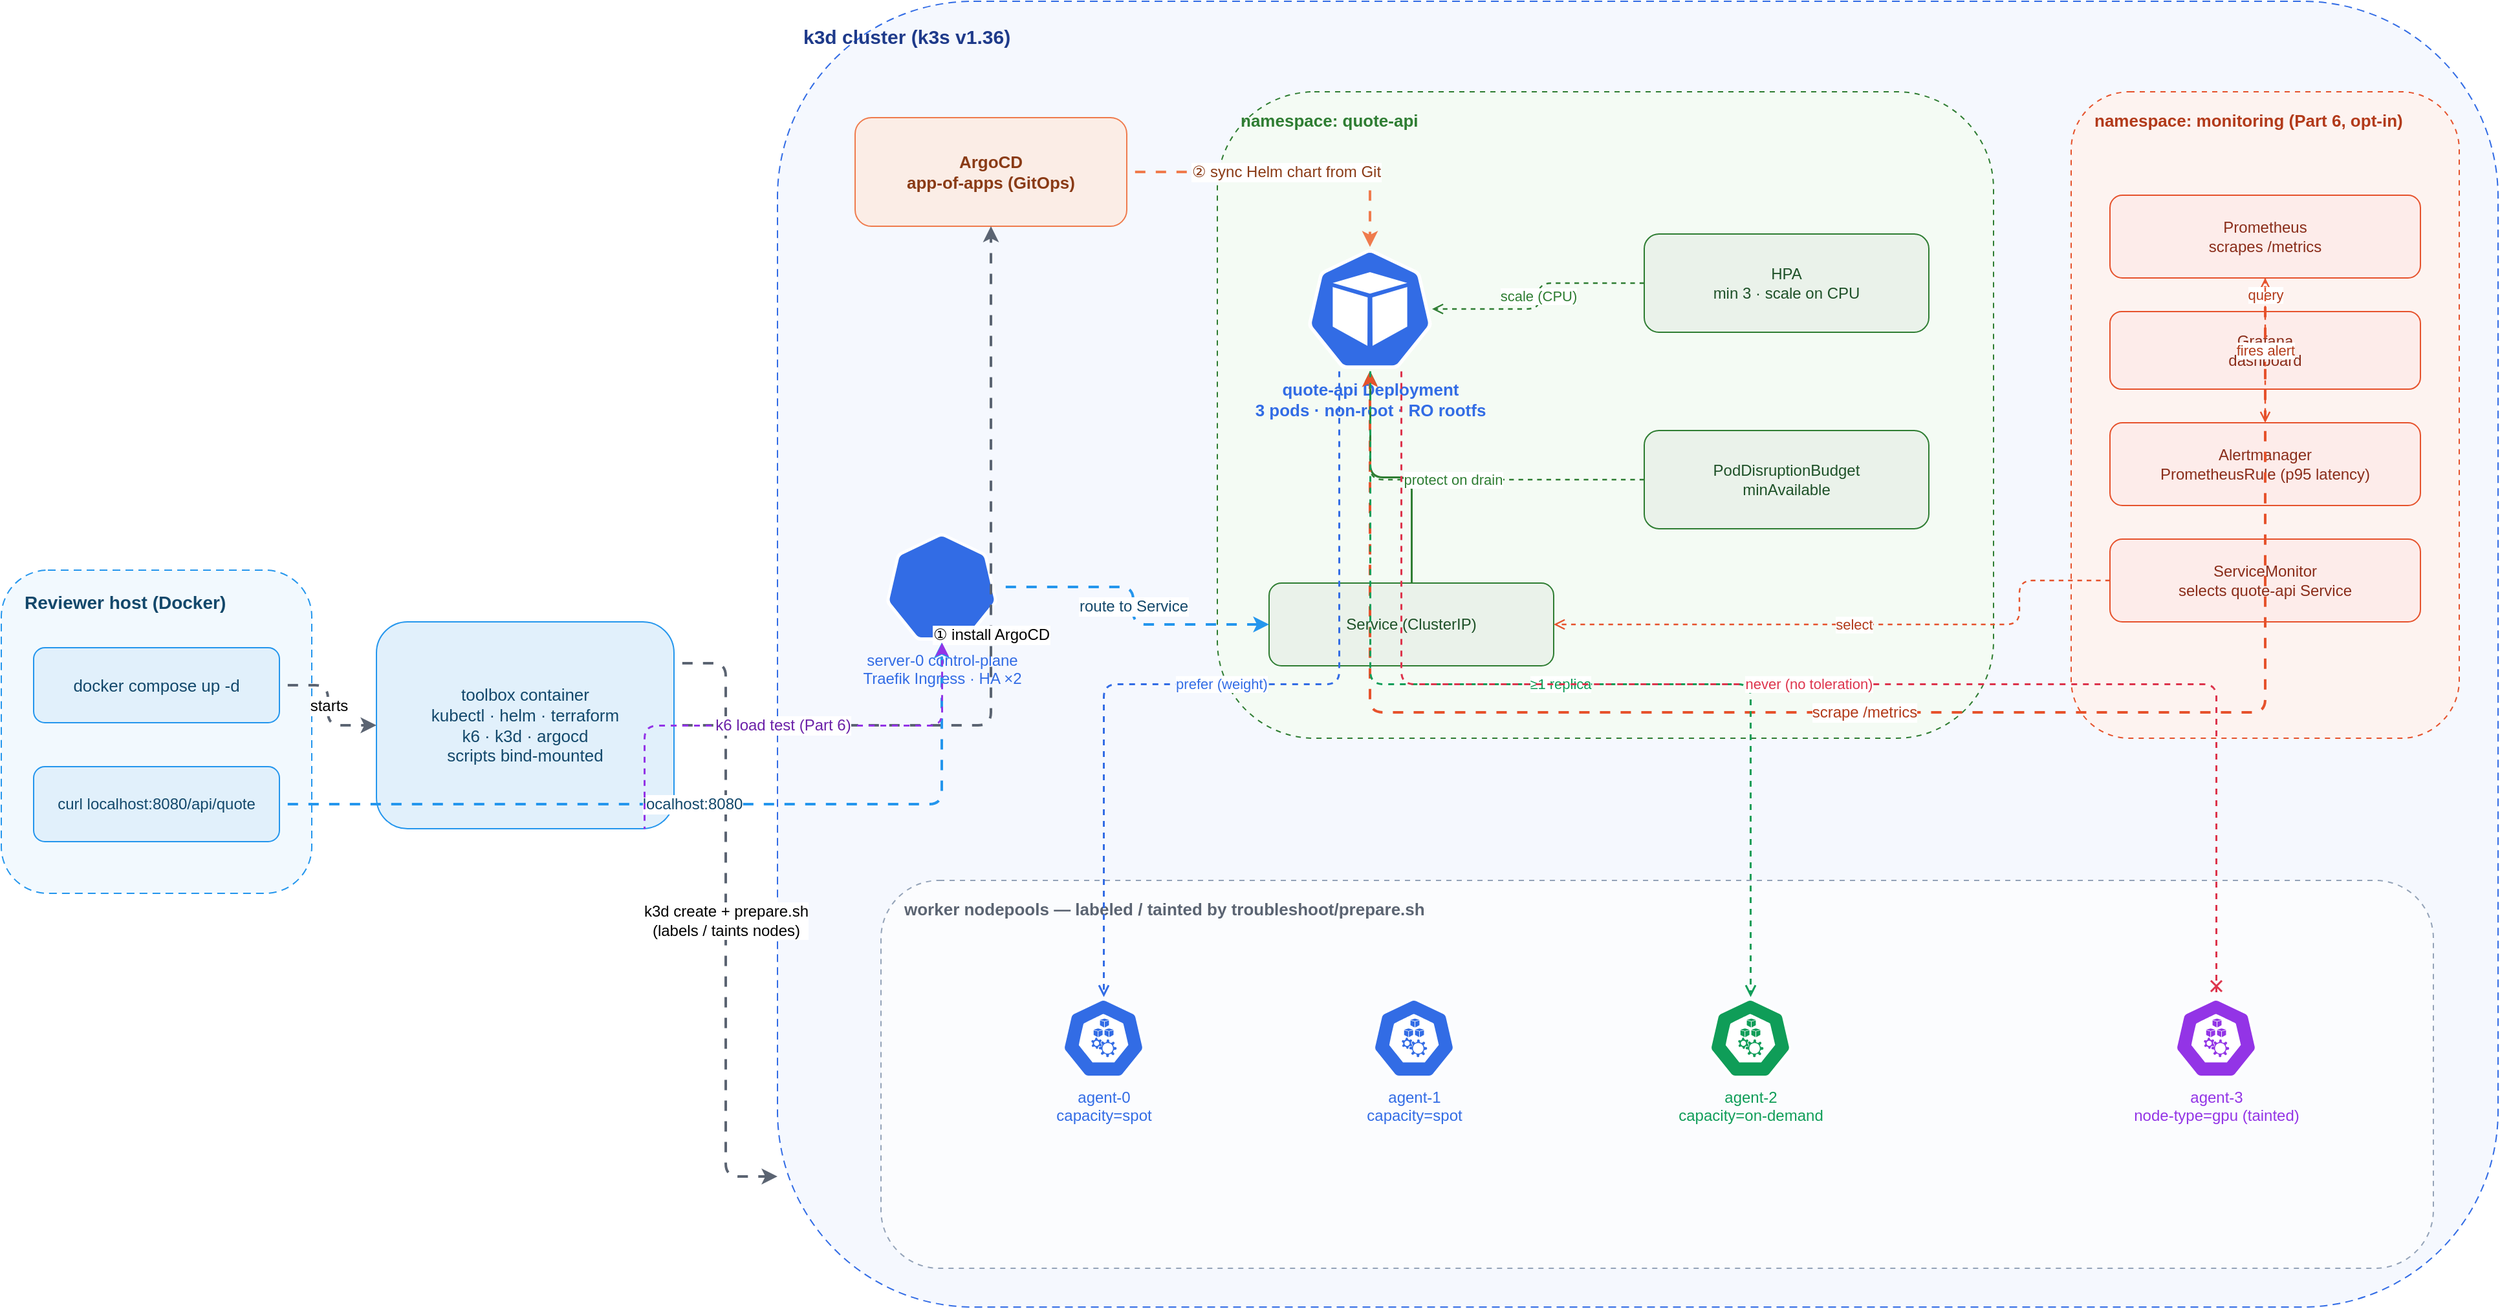
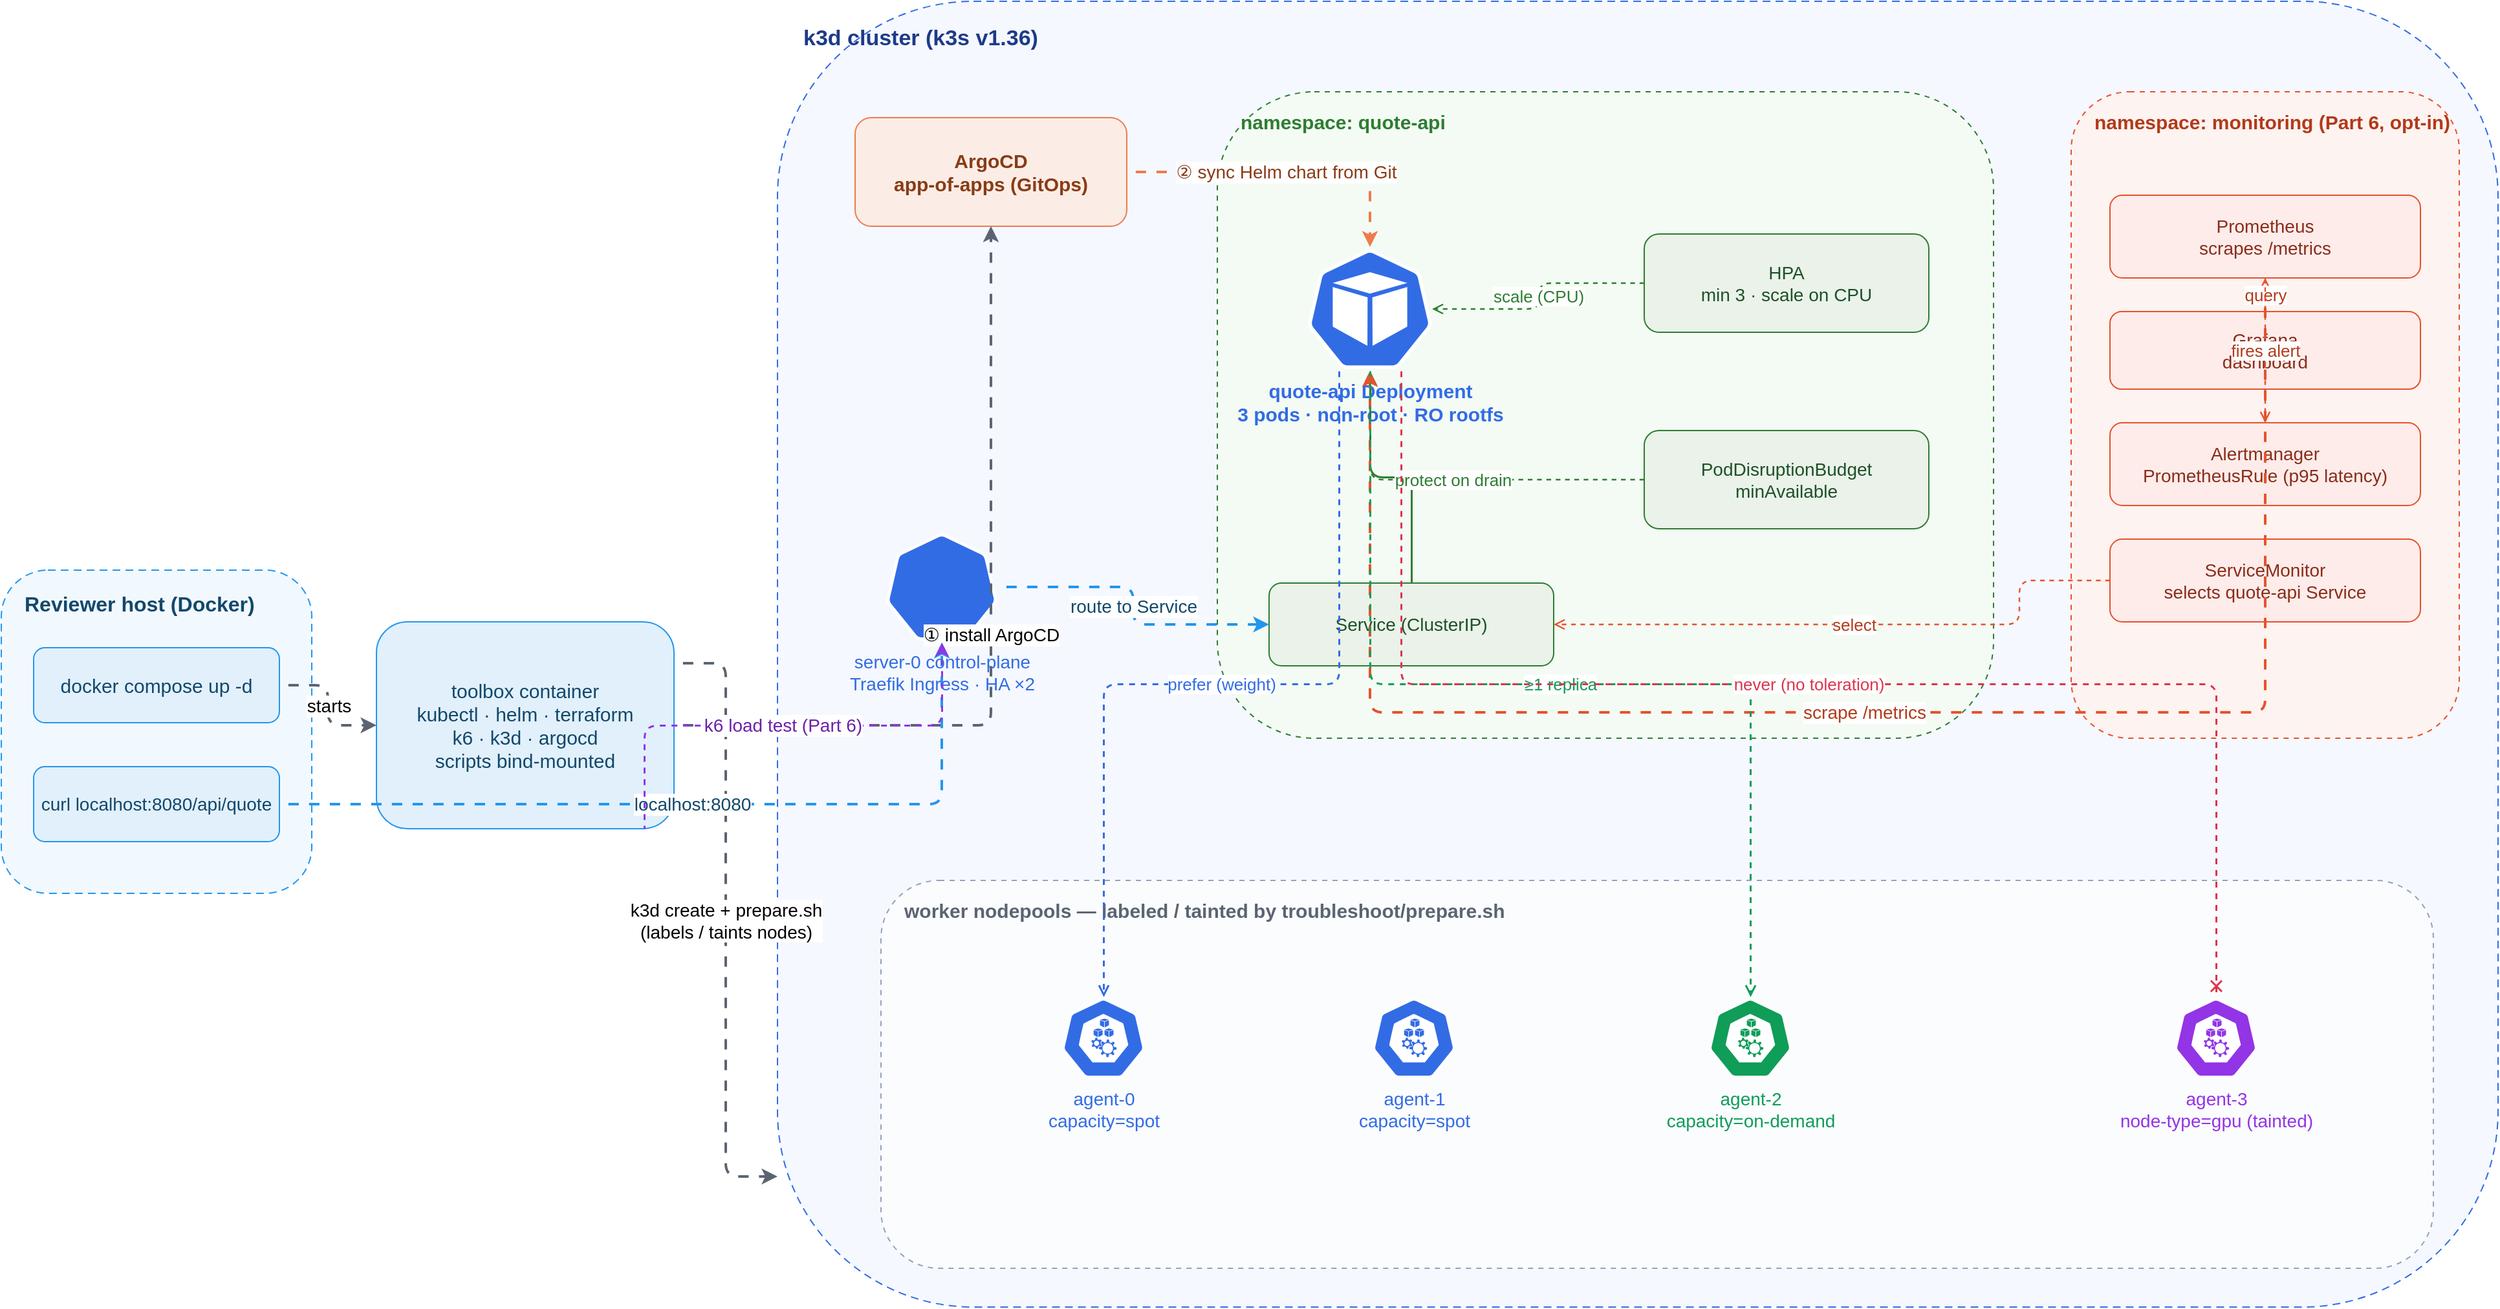
<mxfile host="app.diagrams.net" type="device">
  <diagram name="local-architecture" id="local-arch">
-     <mxGraphModel dx="1800" dy="1120" grid="0" gridSize="10" guides="1" tooltips="1" connect="1" arrows="1" fold="1" page="1" pageScale="1" pageWidth="2000" pageHeight="1120" math="0" shadow="0">
+     <mxGraphModel background="#FFFFFF" dx="1800" dy="1120" grid="0" gridSize="10" guides="1" tooltips="1" connect="1" arrows="1" fold="1" page="1" pageScale="1" pageWidth="2000" pageHeight="1120" math="0" shadow="0">
      <root>
        <mxCell id="0"/>
        <mxCell id="1" parent="0"/>

-         <mxCell id="host" value="Reviewer host (Docker)" style="rounded=1;whiteSpace=wrap;html=1;dashed=1;dashPattern=6 4;strokeColor=#2496ED;fillColor=#F2F9FE;verticalAlign=top;align=left;spacingLeft=16;spacingTop=10;fontSize=14;fontStyle=1;fontColor=#13486B;" vertex="1" parent="1"><mxGeometry x="40" y="500" width="240" height="250" as="geometry"/></mxCell>
-         <mxCell id="cluster" value="k3d cluster   (k3s v1.36)" style="rounded=1;whiteSpace=wrap;html=1;dashed=1;dashPattern=6 4;strokeColor=#326CE5;fillColor=#F5F8FE;verticalAlign=top;align=left;spacingLeft=18;spacingTop=12;fontSize=15;fontStyle=1;fontColor=#1E3A8A;" vertex="1" parent="1"><mxGeometry x="640" y="60" width="1330" height="1010" as="geometry"/></mxCell>
-         <mxCell id="qans" value="namespace: quote-api" style="rounded=1;whiteSpace=wrap;html=1;dashed=1;dashPattern=4 4;strokeColor=#2E7D32;fillColor=#F4FBF4;verticalAlign=top;align=left;spacingLeft=16;spacingTop=8;fontSize=13;fontStyle=1;fontColor=#2E7D32;" vertex="1" parent="1"><mxGeometry x="980" y="130" width="600" height="500" as="geometry"/></mxCell>
-         <mxCell id="monns" value="namespace: monitoring   (Part 6, opt-in)" style="rounded=1;whiteSpace=wrap;html=1;dashed=1;dashPattern=4 4;strokeColor=#E6522C;fillColor=#FDF3F0;verticalAlign=top;align=left;spacingLeft=16;spacingTop=8;fontSize=13;fontStyle=1;fontColor=#B23A1A;" vertex="1" parent="1"><mxGeometry x="1640" y="130" width="300" height="500" as="geometry"/></mxCell>
-         <mxCell id="npgrp" value="worker nodepools   —   labeled / tainted by troubleshoot/prepare.sh" style="rounded=1;whiteSpace=wrap;html=1;dashed=1;dashPattern=4 4;strokeColor=#94A3B8;fillColor=#FBFCFE;verticalAlign=top;align=left;spacingLeft=16;spacingTop=8;fontSize=13;fontStyle=1;fontColor=#5B6472;" vertex="1" parent="1"><mxGeometry x="720" y="740" width="1200" height="300" as="geometry"/></mxCell>
+         <mxCell id="host" value="Reviewer host (Docker)" style="rounded=1;whiteSpace=wrap;html=1;dashed=1;dashPattern=6 4;strokeColor=#2496ED;fillColor=#F2F9FE;verticalAlign=top;align=left;spacingLeft=16;spacingTop=10;fontSize=16;fontStyle=1;fontColor=#13486B;" vertex="1" parent="1"><mxGeometry x="40" y="500" width="240" height="250" as="geometry"/></mxCell>
+         <mxCell id="cluster" value="k3d cluster   (k3s v1.36)" style="rounded=1;whiteSpace=wrap;html=1;dashed=1;dashPattern=6 4;strokeColor=#326CE5;fillColor=#F5F8FE;verticalAlign=top;align=left;spacingLeft=18;spacingTop=12;fontSize=17;fontStyle=1;fontColor=#1E3A8A;" vertex="1" parent="1"><mxGeometry x="640" y="60" width="1330" height="1010" as="geometry"/></mxCell>
+         <mxCell id="qans" value="namespace: quote-api" style="rounded=1;whiteSpace=wrap;html=1;dashed=1;dashPattern=4 4;strokeColor=#2E7D32;fillColor=#F4FBF4;verticalAlign=top;align=left;spacingLeft=16;spacingTop=8;fontSize=15;fontStyle=1;fontColor=#2E7D32;" vertex="1" parent="1"><mxGeometry x="980" y="130" width="600" height="500" as="geometry"/></mxCell>
+         <mxCell id="monns" value="namespace: monitoring   (Part 6, opt-in)" style="rounded=1;whiteSpace=wrap;html=1;dashed=1;dashPattern=4 4;strokeColor=#E6522C;fillColor=#FDF3F0;verticalAlign=top;align=left;spacingLeft=16;spacingTop=8;fontSize=15;fontStyle=1;fontColor=#B23A1A;" vertex="1" parent="1"><mxGeometry x="1640" y="130" width="300" height="500" as="geometry"/></mxCell>
+         <mxCell id="npgrp" value="worker nodepools   —   labeled / tainted by troubleshoot/prepare.sh" style="rounded=1;whiteSpace=wrap;html=1;dashed=1;dashPattern=4 4;strokeColor=#94A3B8;fillColor=#FBFCFE;verticalAlign=top;align=left;spacingLeft=16;spacingTop=8;fontSize=15;fontStyle=1;fontColor=#5B6472;" vertex="1" parent="1"><mxGeometry x="720" y="740" width="1200" height="300" as="geometry"/></mxCell>

-         <mxCell id="compose" value="docker compose up -d" style="rounded=1;whiteSpace=wrap;html=1;fillColor=#E1F0FB;strokeColor=#2496ED;fontColor=#13486B;fontSize=13;" vertex="1" parent="1"><mxGeometry x="65" y="560" width="190" height="58" as="geometry"/></mxCell>
-         <mxCell id="curl" value="curl localhost:8080/api/quote" style="rounded=1;whiteSpace=wrap;html=1;fillColor=#E1F0FB;strokeColor=#2496ED;fontColor=#13486B;fontSize=12;" vertex="1" parent="1"><mxGeometry x="65" y="652" width="190" height="58" as="geometry"/></mxCell>
-         <mxCell id="toolbox" value="toolbox container&#10;kubectl · helm · terraform&#10;k6 · k3d · argocd&#10;scripts bind-mounted" style="rounded=1;whiteSpace=wrap;html=1;fillColor=#E1F0FB;strokeColor=#2496ED;fontColor=#13486B;fontSize=13;" vertex="1" parent="1"><mxGeometry x="330" y="540" width="230" height="160" as="geometry"/></mxCell>
+         <mxCell id="compose" value="docker compose up -d" style="rounded=1;whiteSpace=wrap;html=1;fillColor=#E1F0FB;strokeColor=#2496ED;fontColor=#13486B;fontSize=15;" vertex="1" parent="1"><mxGeometry x="65" y="560" width="190" height="58" as="geometry"/></mxCell>
+         <mxCell id="curl" value="curl localhost:8080/api/quote" style="rounded=1;whiteSpace=wrap;html=1;fillColor=#E1F0FB;strokeColor=#2496ED;fontColor=#13486B;fontSize=14;" vertex="1" parent="1"><mxGeometry x="65" y="652" width="190" height="58" as="geometry"/></mxCell>
+         <mxCell id="toolbox" value="toolbox container&#10;kubectl · helm · terraform&#10;k6 · k3d · argocd&#10;scripts bind-mounted" style="rounded=1;whiteSpace=wrap;html=1;fillColor=#E1F0FB;strokeColor=#2496ED;fontColor=#13486B;fontSize=15;" vertex="1" parent="1"><mxGeometry x="330" y="540" width="230" height="160" as="geometry"/></mxCell>

-         <mxCell id="argocd" value="ArgoCD&#10;app-of-apps (GitOps)" style="rounded=1;whiteSpace=wrap;html=1;fillColor=#FBEDE6;strokeColor=#EF7B4D;fontColor=#8A3B16;fontSize=13;fontStyle=1;" vertex="1" parent="1"><mxGeometry x="700" y="150" width="210" height="84" as="geometry"/></mxCell>
-         <mxCell id="ingress" value="server-0 control-plane&#10;Traefik Ingress · HA ×2" style="sketch=0;outlineConnect=0;fontColor=#326CE5;gradientColor=none;fillColor=#326CE5;strokeColor=none;dashed=0;verticalLabelPosition=bottom;verticalAlign=top;align=center;html=1;fontSize=12;fontStyle=0;aspect=fixed;shape=mxgraph.kubernetes.icon;prIcon=control_plane;" vertex="1" parent="1"><mxGeometry x="724" y="470" width="86" height="86" as="geometry"/></mxCell>
+         <mxCell id="argocd" value="ArgoCD&#10;app-of-apps (GitOps)" style="rounded=1;whiteSpace=wrap;html=1;fillColor=#FBEDE6;strokeColor=#EF7B4D;fontColor=#8A3B16;fontSize=15;fontStyle=1;" vertex="1" parent="1"><mxGeometry x="700" y="150" width="210" height="84" as="geometry"/></mxCell>
+         <mxCell id="ingress" value="server-0 control-plane&#10;Traefik Ingress · HA ×2" style="sketch=0;outlineConnect=0;fontColor=#326CE5;gradientColor=none;fillColor=#326CE5;strokeColor=none;dashed=0;verticalLabelPosition=bottom;verticalAlign=top;align=center;html=1;fontSize=14;fontStyle=0;aspect=fixed;shape=mxgraph.kubernetes.icon;prIcon=control_plane;" vertex="1" parent="1"><mxGeometry x="724" y="470" width="86" height="86" as="geometry"/></mxCell>

-         <mxCell id="deploy" value="quote-api Deployment&#10;3 pods · non-root · RO rootfs" style="sketch=0;outlineConnect=0;fontColor=#326CE5;gradientColor=none;fillColor=#326CE5;strokeColor=none;dashed=0;verticalLabelPosition=bottom;verticalAlign=top;align=center;html=1;fontSize=13;fontStyle=1;aspect=fixed;shape=mxgraph.kubernetes.icon;prIcon=pod;" vertex="1" parent="1"><mxGeometry x="1050" y="250" width="96" height="96" as="geometry"/></mxCell>
-         <mxCell id="hpa" value="HPA&#10;min 3 · scale on CPU" style="rounded=1;whiteSpace=wrap;html=1;fillColor=#EAF2EA;strokeColor=#2E7D32;fontColor=#1E5128;fontSize=12;" vertex="1" parent="1"><mxGeometry x="1310" y="240" width="220" height="76" as="geometry"/></mxCell>
-         <mxCell id="pdb" value="PodDisruptionBudget&#10;minAvailable" style="rounded=1;whiteSpace=wrap;html=1;fillColor=#EAF2EA;strokeColor=#2E7D32;fontColor=#1E5128;fontSize=12;" vertex="1" parent="1"><mxGeometry x="1310" y="392" width="220" height="76" as="geometry"/></mxCell>
-         <mxCell id="svc" value="Service (ClusterIP)" style="rounded=1;whiteSpace=wrap;html=1;fillColor=#EAF2EA;strokeColor=#2E7D32;fontColor=#1E5128;fontSize=12;" vertex="1" parent="1"><mxGeometry x="1020" y="510" width="220" height="64" as="geometry"/></mxCell>
+         <mxCell id="deploy" value="quote-api Deployment&#10;3 pods · non-root · RO rootfs" style="sketch=0;outlineConnect=0;fontColor=#326CE5;gradientColor=none;fillColor=#326CE5;strokeColor=none;dashed=0;verticalLabelPosition=bottom;verticalAlign=top;align=center;html=1;fontSize=15;fontStyle=1;aspect=fixed;shape=mxgraph.kubernetes.icon;prIcon=pod;" vertex="1" parent="1"><mxGeometry x="1050" y="250" width="96" height="96" as="geometry"/></mxCell>
+         <mxCell id="hpa" value="HPA&#10;min 3 · scale on CPU" style="rounded=1;whiteSpace=wrap;html=1;fillColor=#EAF2EA;strokeColor=#2E7D32;fontColor=#1E5128;fontSize=14;" vertex="1" parent="1"><mxGeometry x="1310" y="240" width="220" height="76" as="geometry"/></mxCell>
+         <mxCell id="pdb" value="PodDisruptionBudget&#10;minAvailable" style="rounded=1;whiteSpace=wrap;html=1;fillColor=#EAF2EA;strokeColor=#2E7D32;fontColor=#1E5128;fontSize=14;" vertex="1" parent="1"><mxGeometry x="1310" y="392" width="220" height="76" as="geometry"/></mxCell>
+         <mxCell id="svc" value="Service (ClusterIP)" style="rounded=1;whiteSpace=wrap;html=1;fillColor=#EAF2EA;strokeColor=#2E7D32;fontColor=#1E5128;fontSize=14;" vertex="1" parent="1"><mxGeometry x="1020" y="510" width="220" height="64" as="geometry"/></mxCell>

-         <mxCell id="prom" value="Prometheus&#10;scrapes /metrics" style="rounded=1;whiteSpace=wrap;html=1;fillColor=#FDECEA;strokeColor=#E6522C;fontColor=#8A2D1A;fontSize=12;" vertex="1" parent="1"><mxGeometry x="1670" y="210" width="240" height="64" as="geometry"/></mxCell>
-         <mxCell id="graf" value="Grafana&#10;dashboard" style="rounded=1;whiteSpace=wrap;html=1;fillColor=#FDECEA;strokeColor=#E6522C;fontColor=#8A2D1A;fontSize=12;" vertex="1" parent="1"><mxGeometry x="1670" y="300" width="240" height="60" as="geometry"/></mxCell>
-         <mxCell id="alert" value="Alertmanager&#10;PrometheusRule (p95 latency)" style="rounded=1;whiteSpace=wrap;html=1;fillColor=#FDECEA;strokeColor=#E6522C;fontColor=#8A2D1A;fontSize=12;" vertex="1" parent="1"><mxGeometry x="1670" y="386" width="240" height="64" as="geometry"/></mxCell>
-         <mxCell id="smon" value="ServiceMonitor&#10;selects quote-api Service" style="rounded=1;whiteSpace=wrap;html=1;fillColor=#FDECEA;strokeColor=#E6522C;fontColor=#8A2D1A;fontSize=12;" vertex="1" parent="1"><mxGeometry x="1670" y="476" width="240" height="64" as="geometry"/></mxCell>
+         <mxCell id="prom" value="Prometheus&#10;scrapes /metrics" style="rounded=1;whiteSpace=wrap;html=1;fillColor=#FDECEA;strokeColor=#E6522C;fontColor=#8A2D1A;fontSize=14;" vertex="1" parent="1"><mxGeometry x="1670" y="210" width="240" height="64" as="geometry"/></mxCell>
+         <mxCell id="graf" value="Grafana&#10;dashboard" style="rounded=1;whiteSpace=wrap;html=1;fillColor=#FDECEA;strokeColor=#E6522C;fontColor=#8A2D1A;fontSize=14;" vertex="1" parent="1"><mxGeometry x="1670" y="300" width="240" height="60" as="geometry"/></mxCell>
+         <mxCell id="alert" value="Alertmanager&#10;PrometheusRule (p95 latency)" style="rounded=1;whiteSpace=wrap;html=1;fillColor=#FDECEA;strokeColor=#E6522C;fontColor=#8A2D1A;fontSize=14;" vertex="1" parent="1"><mxGeometry x="1670" y="386" width="240" height="64" as="geometry"/></mxCell>
+         <mxCell id="smon" value="ServiceMonitor&#10;selects quote-api Service" style="rounded=1;whiteSpace=wrap;html=1;fillColor=#FDECEA;strokeColor=#E6522C;fontColor=#8A2D1A;fontSize=14;" vertex="1" parent="1"><mxGeometry x="1670" y="476" width="240" height="64" as="geometry"/></mxCell>

-         <mxCell id="agent0" value="agent-0&#10;capacity=spot" style="sketch=0;outlineConnect=0;fontColor=#326CE5;gradientColor=none;fillColor=#326CE5;strokeColor=none;dashed=0;verticalLabelPosition=bottom;verticalAlign=top;align=center;html=1;fontSize=12;fontStyle=0;aspect=fixed;shape=mxgraph.kubernetes.icon;prIcon=node;" vertex="1" parent="1"><mxGeometry x="860" y="830" width="64" height="64" as="geometry"/></mxCell>
-         <mxCell id="agent1" value="agent-1&#10;capacity=spot" style="sketch=0;outlineConnect=0;fontColor=#326CE5;gradientColor=none;fillColor=#326CE5;strokeColor=none;dashed=0;verticalLabelPosition=bottom;verticalAlign=top;align=center;html=1;fontSize=12;fontStyle=0;aspect=fixed;shape=mxgraph.kubernetes.icon;prIcon=node;" vertex="1" parent="1"><mxGeometry x="1100" y="830" width="64" height="64" as="geometry"/></mxCell>
-         <mxCell id="agent2" value="agent-2&#10;capacity=on-demand" style="sketch=0;outlineConnect=0;fontColor=#0F9D58;gradientColor=none;fillColor=#0F9D58;strokeColor=none;dashed=0;verticalLabelPosition=bottom;verticalAlign=top;align=center;html=1;fontSize=12;fontStyle=0;aspect=fixed;shape=mxgraph.kubernetes.icon;prIcon=node;" vertex="1" parent="1"><mxGeometry x="1360" y="830" width="64" height="64" as="geometry"/></mxCell>
-         <mxCell id="agent3" value="agent-3&#10;node-type=gpu (tainted)" style="sketch=0;outlineConnect=0;fontColor=#9334E6;gradientColor=none;fillColor=#9334E6;strokeColor=none;dashed=0;verticalLabelPosition=bottom;verticalAlign=top;align=center;html=1;fontSize=12;fontStyle=0;aspect=fixed;shape=mxgraph.kubernetes.icon;prIcon=node;" vertex="1" parent="1"><mxGeometry x="1720" y="830" width="64" height="64" as="geometry"/></mxCell>
+         <mxCell id="agent0" value="agent-0&#10;capacity=spot" style="sketch=0;outlineConnect=0;fontColor=#326CE5;gradientColor=none;fillColor=#326CE5;strokeColor=none;dashed=0;verticalLabelPosition=bottom;verticalAlign=top;align=center;html=1;fontSize=14;fontStyle=0;aspect=fixed;shape=mxgraph.kubernetes.icon;prIcon=node;" vertex="1" parent="1"><mxGeometry x="860" y="830" width="64" height="64" as="geometry"/></mxCell>
+         <mxCell id="agent1" value="agent-1&#10;capacity=spot" style="sketch=0;outlineConnect=0;fontColor=#326CE5;gradientColor=none;fillColor=#326CE5;strokeColor=none;dashed=0;verticalLabelPosition=bottom;verticalAlign=top;align=center;html=1;fontSize=14;fontStyle=0;aspect=fixed;shape=mxgraph.kubernetes.icon;prIcon=node;" vertex="1" parent="1"><mxGeometry x="1100" y="830" width="64" height="64" as="geometry"/></mxCell>
+         <mxCell id="agent2" value="agent-2&#10;capacity=on-demand" style="sketch=0;outlineConnect=0;fontColor=#0F9D58;gradientColor=none;fillColor=#0F9D58;strokeColor=none;dashed=0;verticalLabelPosition=bottom;verticalAlign=top;align=center;html=1;fontSize=14;fontStyle=0;aspect=fixed;shape=mxgraph.kubernetes.icon;prIcon=node;" vertex="1" parent="1"><mxGeometry x="1360" y="830" width="64" height="64" as="geometry"/></mxCell>
+         <mxCell id="agent3" value="agent-3&#10;node-type=gpu (tainted)" style="sketch=0;outlineConnect=0;fontColor=#9334E6;gradientColor=none;fillColor=#9334E6;strokeColor=none;dashed=0;verticalLabelPosition=bottom;verticalAlign=top;align=center;html=1;fontSize=14;fontStyle=0;aspect=fixed;shape=mxgraph.kubernetes.icon;prIcon=node;" vertex="1" parent="1"><mxGeometry x="1720" y="830" width="64" height="64" as="geometry"/></mxCell>

-         <mxCell id="e1" value="starts" style="edgeStyle=orthogonalEdgeStyle;labelBackgroundColor=#FFFFFF;rounded=1;html=1;flowAnimation=1;strokeColor=#5B6472;strokeWidth=2;endArrow=classic;endFill=1;fontSize=12;" edge="1" parent="1" source="compose" target="toolbox"><mxGeometry relative="1" as="geometry"/></mxCell>
-         <mxCell id="e2" value="k3d create + prepare.sh&#10;(labels / taints nodes)" style="edgeStyle=orthogonalEdgeStyle;labelBackgroundColor=#FFFFFF;rounded=1;html=1;flowAnimation=1;strokeColor=#5B6472;strokeWidth=2;endArrow=classic;endFill=1;fontSize=12;exitX=1;exitY=0.2;exitDx=0;exitDy=0;entryX=0;entryY=0.9;entryDx=0;entryDy=0;" edge="1" parent="1" source="toolbox" target="cluster"><mxGeometry relative="1" as="geometry"/></mxCell>
-         <mxCell id="e3" value="① install ArgoCD" style="edgeStyle=orthogonalEdgeStyle;labelBackgroundColor=#FFFFFF;rounded=1;html=1;flowAnimation=1;strokeColor=#5B6472;strokeWidth=2;endArrow=classic;endFill=1;fontSize=12;" edge="1" parent="1" source="toolbox" target="argocd"><mxGeometry relative="1" as="geometry"/></mxCell>
-         <mxCell id="e4" value="② sync Helm chart from Git" style="edgeStyle=orthogonalEdgeStyle;labelBackgroundColor=#FFFFFF;rounded=1;html=1;flowAnimation=1;strokeColor=#EF7B4D;strokeWidth=2;endArrow=classic;endFill=1;fontSize=12;fontColor=#8A3B16;" edge="1" parent="1" source="argocd" target="deploy"><mxGeometry relative="1" as="geometry"/></mxCell>
-         <mxCell id="e5" value="localhost:8080" style="edgeStyle=orthogonalEdgeStyle;labelBackgroundColor=#FFFFFF;rounded=1;html=1;flowAnimation=1;strokeColor=#2496ED;strokeWidth=2;endArrow=classic;endFill=1;fontSize=12;fontColor=#13486B;" edge="1" parent="1" source="curl" target="ingress"><mxGeometry relative="1" as="geometry"/></mxCell>
-         <mxCell id="ek6" value="k6 load test (Part 6)" style="edgeStyle=orthogonalEdgeStyle;labelBackgroundColor=#FFFFFF;rounded=1;html=1;dashed=1;flowAnimation=1;strokeColor=#9334E6;strokeWidth=1.5;endArrow=classic;endFill=1;fontSize=12;fontColor=#6B21A8;exitX=0.9;exitY=1;exitDx=0;exitDy=0;entryX=0.5;entryY=1;entryDx=0;entryDy=0;" edge="1" parent="1" source="toolbox" target="ingress"><mxGeometry relative="1" as="geometry"><Array as="points"><mxPoint x="537" y="620"/><mxPoint x="767" y="620"/></Array></mxGeometry></mxCell>
-         <mxCell id="e6" value="route to Service" style="edgeStyle=orthogonalEdgeStyle;labelBackgroundColor=#FFFFFF;rounded=1;html=1;flowAnimation=1;strokeColor=#2496ED;strokeWidth=2;endArrow=classic;endFill=1;fontSize=12;fontColor=#13486B;" edge="1" parent="1" source="ingress" target="svc"><mxGeometry relative="1" as="geometry"/></mxCell>
+         <mxCell id="e1" value="starts" style="edgeStyle=orthogonalEdgeStyle;labelBackgroundColor=#FFFFFF;rounded=1;html=1;flowAnimation=1;strokeColor=#5B6472;strokeWidth=2;endArrow=classic;endFill=1;fontSize=14;" edge="1" parent="1" source="compose" target="toolbox"><mxGeometry relative="1" as="geometry"/></mxCell>
+         <mxCell id="e2" value="k3d create + prepare.sh&#10;(labels / taints nodes)" style="edgeStyle=orthogonalEdgeStyle;labelBackgroundColor=#FFFFFF;rounded=1;html=1;flowAnimation=1;strokeColor=#5B6472;strokeWidth=2;endArrow=classic;endFill=1;fontSize=14;exitX=1;exitY=0.2;exitDx=0;exitDy=0;entryX=0;entryY=0.9;entryDx=0;entryDy=0;" edge="1" parent="1" source="toolbox" target="cluster"><mxGeometry relative="1" as="geometry"/></mxCell>
+         <mxCell id="e3" value="① install ArgoCD" style="edgeStyle=orthogonalEdgeStyle;labelBackgroundColor=#FFFFFF;rounded=1;html=1;flowAnimation=1;strokeColor=#5B6472;strokeWidth=2;endArrow=classic;endFill=1;fontSize=14;" edge="1" parent="1" source="toolbox" target="argocd"><mxGeometry relative="1" as="geometry"/></mxCell>
+         <mxCell id="e4" value="② sync Helm chart from Git" style="edgeStyle=orthogonalEdgeStyle;labelBackgroundColor=#FFFFFF;rounded=1;html=1;flowAnimation=1;strokeColor=#EF7B4D;strokeWidth=2;endArrow=classic;endFill=1;fontSize=14;fontColor=#8A3B16;" edge="1" parent="1" source="argocd" target="deploy"><mxGeometry relative="1" as="geometry"/></mxCell>
+         <mxCell id="e5" value="localhost:8080" style="edgeStyle=orthogonalEdgeStyle;labelBackgroundColor=#FFFFFF;rounded=1;html=1;flowAnimation=1;strokeColor=#2496ED;strokeWidth=2;endArrow=classic;endFill=1;fontSize=14;fontColor=#13486B;" edge="1" parent="1" source="curl" target="ingress"><mxGeometry relative="1" as="geometry"/></mxCell>
+         <mxCell id="ek6" value="k6 load test (Part 6)" style="edgeStyle=orthogonalEdgeStyle;labelBackgroundColor=#FFFFFF;rounded=1;html=1;dashed=1;flowAnimation=1;strokeColor=#9334E6;strokeWidth=1.5;endArrow=classic;endFill=1;fontSize=14;fontColor=#6B21A8;exitX=0.9;exitY=1;exitDx=0;exitDy=0;entryX=0.5;entryY=1;entryDx=0;entryDy=0;" edge="1" parent="1" source="toolbox" target="ingress"><mxGeometry relative="1" as="geometry"><Array as="points"><mxPoint x="537" y="620"/><mxPoint x="767" y="620"/></Array></mxGeometry></mxCell>
+         <mxCell id="e6" value="route to Service" style="edgeStyle=orthogonalEdgeStyle;labelBackgroundColor=#FFFFFF;rounded=1;html=1;flowAnimation=1;strokeColor=#2496ED;strokeWidth=2;endArrow=classic;endFill=1;fontSize=14;fontColor=#13486B;" edge="1" parent="1" source="ingress" target="svc"><mxGeometry relative="1" as="geometry"/></mxCell>
        <mxCell id="e7" style="edgeStyle=orthogonalEdgeStyle;labelBackgroundColor=#FFFFFF;rounded=1;html=1;strokeColor=#2E7D32;strokeWidth=1.5;endArrow=classic;endFill=1;" edge="1" parent="1" source="svc" target="deploy"><mxGeometry relative="1" as="geometry"/></mxCell>
-         <mxCell id="eh" value="scale (CPU)" style="edgeStyle=orthogonalEdgeStyle;labelBackgroundColor=#FFFFFF;rounded=1;html=1;dashed=1;strokeColor=#2E7D32;strokeWidth=1.2;endArrow=open;fontSize=11;fontColor=#2E7D32;" edge="1" parent="1" source="hpa" target="deploy"><mxGeometry relative="1" as="geometry"/></mxCell>
-         <mxCell id="ep" value="protect on drain" style="edgeStyle=orthogonalEdgeStyle;labelBackgroundColor=#FFFFFF;rounded=1;html=1;dashed=1;strokeColor=#2E7D32;strokeWidth=1.2;endArrow=open;fontSize=11;fontColor=#2E7D32;" edge="1" parent="1" source="pdb" target="deploy"><mxGeometry relative="1" as="geometry"/></mxCell>
-         <mxCell id="esm" value="select" style="edgeStyle=orthogonalEdgeStyle;labelBackgroundColor=#FFFFFF;rounded=1;html=1;dashed=1;strokeColor=#E6522C;strokeWidth=1.2;endArrow=open;fontSize=11;fontColor=#B23A1A;entryX=1;entryY=0.5;entryDx=0;entryDy=0;" edge="1" parent="1" source="smon" target="svc"><mxGeometry relative="1" as="geometry"><Array as="points"><mxPoint x="1600" y="542"/></Array></mxGeometry></mxCell>
-         <mxCell id="escrape" value="scrape /metrics" style="edgeStyle=orthogonalEdgeStyle;labelBackgroundColor=#FFFFFF;rounded=1;html=1;flowAnimation=1;strokeColor=#E6522C;strokeWidth=2;endArrow=classic;endFill=1;fontSize=12;fontColor=#B23A1A;exitX=0.5;exitY=1;exitDx=0;exitDy=0;entryX=0.5;entryY=1;entryDx=0;entryDy=0;" edge="1" parent="1" source="prom" target="deploy"><mxGeometry relative="1" as="geometry"><Array as="points"><mxPoint x="1790" y="610"/><mxPoint x="1098" y="610"/></Array></mxGeometry></mxCell>
-         <mxCell id="egq" value="query" style="edgeStyle=orthogonalEdgeStyle;labelBackgroundColor=#FFFFFF;rounded=1;html=1;dashed=1;strokeColor=#E6522C;strokeWidth=1.2;endArrow=open;fontSize=11;fontColor=#B23A1A;" edge="1" parent="1" source="graf" target="prom"><mxGeometry relative="1" as="geometry"/></mxCell>
-         <mxCell id="ea" value="fires alert" style="edgeStyle=orthogonalEdgeStyle;labelBackgroundColor=#FFFFFF;rounded=1;html=1;dashed=1;strokeColor=#E6522C;strokeWidth=1.2;endArrow=open;fontSize=11;fontColor=#B23A1A;" edge="1" parent="1" source="prom" target="alert"><mxGeometry relative="1" as="geometry"/></mxCell>
+         <mxCell id="eh" value="scale (CPU)" style="edgeStyle=orthogonalEdgeStyle;labelBackgroundColor=#FFFFFF;rounded=1;html=1;dashed=1;strokeColor=#2E7D32;strokeWidth=1.2;endArrow=open;fontSize=13;fontColor=#2E7D32;" edge="1" parent="1" source="hpa" target="deploy"><mxGeometry relative="1" as="geometry"/></mxCell>
+         <mxCell id="ep" value="protect on drain" style="edgeStyle=orthogonalEdgeStyle;labelBackgroundColor=#FFFFFF;rounded=1;html=1;dashed=1;strokeColor=#2E7D32;strokeWidth=1.2;endArrow=open;fontSize=13;fontColor=#2E7D32;" edge="1" parent="1" source="pdb" target="deploy"><mxGeometry relative="1" as="geometry"/></mxCell>
+         <mxCell id="esm" value="select" style="edgeStyle=orthogonalEdgeStyle;labelBackgroundColor=#FFFFFF;rounded=1;html=1;dashed=1;strokeColor=#E6522C;strokeWidth=1.2;endArrow=open;fontSize=13;fontColor=#B23A1A;entryX=1;entryY=0.5;entryDx=0;entryDy=0;" edge="1" parent="1" source="smon" target="svc"><mxGeometry relative="1" as="geometry"><Array as="points"><mxPoint x="1600" y="542"/></Array></mxGeometry></mxCell>
+         <mxCell id="escrape" value="scrape /metrics" style="edgeStyle=orthogonalEdgeStyle;labelBackgroundColor=#FFFFFF;rounded=1;html=1;flowAnimation=1;strokeColor=#E6522C;strokeWidth=2;endArrow=classic;endFill=1;fontSize=14;fontColor=#B23A1A;exitX=0.5;exitY=1;exitDx=0;exitDy=0;entryX=0.5;entryY=1;entryDx=0;entryDy=0;" edge="1" parent="1" source="prom" target="deploy"><mxGeometry relative="1" as="geometry"><Array as="points"><mxPoint x="1790" y="610"/><mxPoint x="1098" y="610"/></Array></mxGeometry></mxCell>
+         <mxCell id="egq" value="query" style="edgeStyle=orthogonalEdgeStyle;labelBackgroundColor=#FFFFFF;rounded=1;html=1;dashed=1;strokeColor=#E6522C;strokeWidth=1.2;endArrow=open;fontSize=13;fontColor=#B23A1A;" edge="1" parent="1" source="graf" target="prom"><mxGeometry relative="1" as="geometry"/></mxCell>
+         <mxCell id="ea" value="fires alert" style="edgeStyle=orthogonalEdgeStyle;labelBackgroundColor=#FFFFFF;rounded=1;html=1;dashed=1;strokeColor=#E6522C;strokeWidth=1.2;endArrow=open;fontSize=13;fontColor=#B23A1A;" edge="1" parent="1" source="prom" target="alert"><mxGeometry relative="1" as="geometry"/></mxCell>

-         <mxCell id="pl1" value="prefer (weight)" style="edgeStyle=orthogonalEdgeStyle;labelBackgroundColor=#FFFFFF;rounded=1;html=1;dashed=1;strokeColor=#326CE5;strokeWidth=1.5;endArrow=open;fontSize=11;fontColor=#326CE5;exitX=0.25;exitY=1;exitDx=0;exitDy=0;entryX=0.5;entryY=0;entryDx=0;entryDy=0;" edge="1" parent="1" source="deploy" target="agent0"><mxGeometry relative="1" as="geometry"/></mxCell>
-         <mxCell id="pl2" value="≥1 replica" style="edgeStyle=orthogonalEdgeStyle;labelBackgroundColor=#FFFFFF;rounded=1;html=1;dashed=1;strokeColor=#0F9D58;strokeWidth=1.5;endArrow=open;fontSize=11;fontColor=#0F9D58;exitX=0.5;exitY=1;exitDx=0;exitDy=0;entryX=0.5;entryY=0;entryDx=0;entryDy=0;" edge="1" parent="1" source="deploy" target="agent2"><mxGeometry relative="1" as="geometry"/></mxCell>
-         <mxCell id="pl3" value="never (no toleration)" style="edgeStyle=orthogonalEdgeStyle;labelBackgroundColor=#FFFFFF;rounded=1;html=1;dashed=1;strokeColor=#DD344C;strokeWidth=1.5;endArrow=cross;startArrow=none;fontSize=11;fontColor=#DD344C;exitX=0.75;exitY=1;exitDx=0;exitDy=0;entryX=0.5;entryY=0;entryDx=0;entryDy=0;" edge="1" parent="1" source="deploy" target="agent3"><mxGeometry relative="1" as="geometry"/></mxCell>
+         <mxCell id="pl1" value="prefer (weight)" style="edgeStyle=orthogonalEdgeStyle;labelBackgroundColor=#FFFFFF;rounded=1;html=1;dashed=1;strokeColor=#326CE5;strokeWidth=1.5;endArrow=open;fontSize=13;fontColor=#326CE5;exitX=0.25;exitY=1;exitDx=0;exitDy=0;entryX=0.5;entryY=0;entryDx=0;entryDy=0;" edge="1" parent="1" source="deploy" target="agent0"><mxGeometry relative="1" as="geometry"/></mxCell>
+         <mxCell id="pl2" value="≥1 replica" style="edgeStyle=orthogonalEdgeStyle;labelBackgroundColor=#FFFFFF;rounded=1;html=1;dashed=1;strokeColor=#0F9D58;strokeWidth=1.5;endArrow=open;fontSize=13;fontColor=#0F9D58;exitX=0.5;exitY=1;exitDx=0;exitDy=0;entryX=0.5;entryY=0;entryDx=0;entryDy=0;" edge="1" parent="1" source="deploy" target="agent2"><mxGeometry relative="1" as="geometry"/></mxCell>
+         <mxCell id="pl3" value="never (no toleration)" style="edgeStyle=orthogonalEdgeStyle;labelBackgroundColor=#FFFFFF;rounded=1;html=1;dashed=1;strokeColor=#DD344C;strokeWidth=1.5;endArrow=cross;startArrow=none;fontSize=13;fontColor=#DD344C;exitX=0.75;exitY=1;exitDx=0;exitDy=0;entryX=0.5;entryY=0;entryDx=0;entryDy=0;" edge="1" parent="1" source="deploy" target="agent3"><mxGeometry relative="1" as="geometry"/></mxCell>
      </root>
    </mxGraphModel>
  </diagram>
</mxfile>
